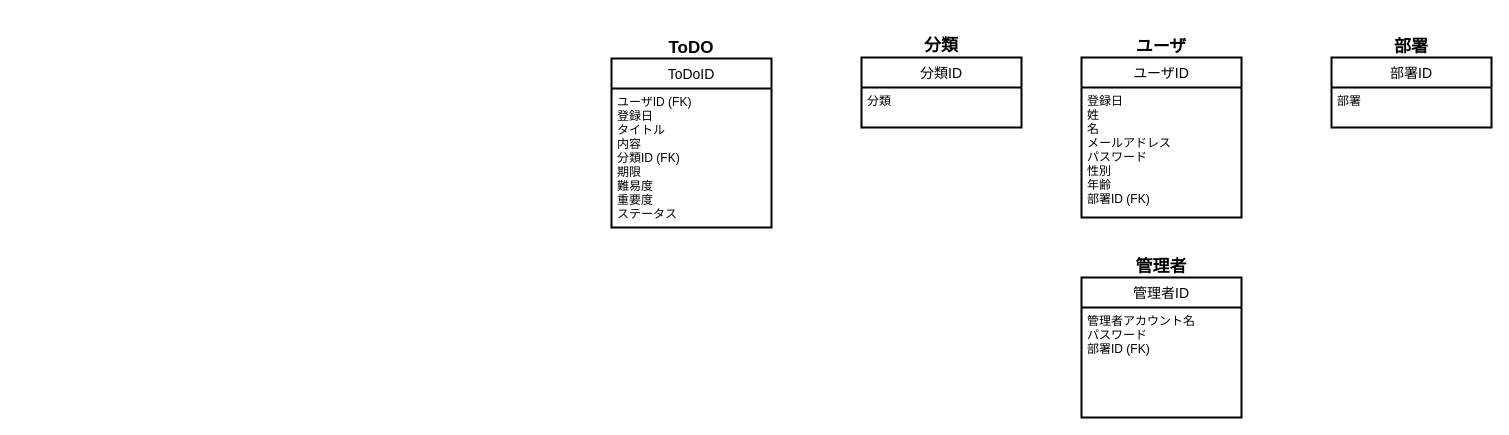
Before: portfolio03/01/requirement_definition/er/portfolio03_01_er_logical.drawio in RRRYOOO/portfolio, a draw.io diagram. Source tidied: cells renumbered, new cells numbered last; positions are measured from the earlier drawing's top-left corner, leaving out a move shared by most shapes. Both pictures are drawn from the tidied source at 100%, with x=0, y=0 at pixel (611, 36).
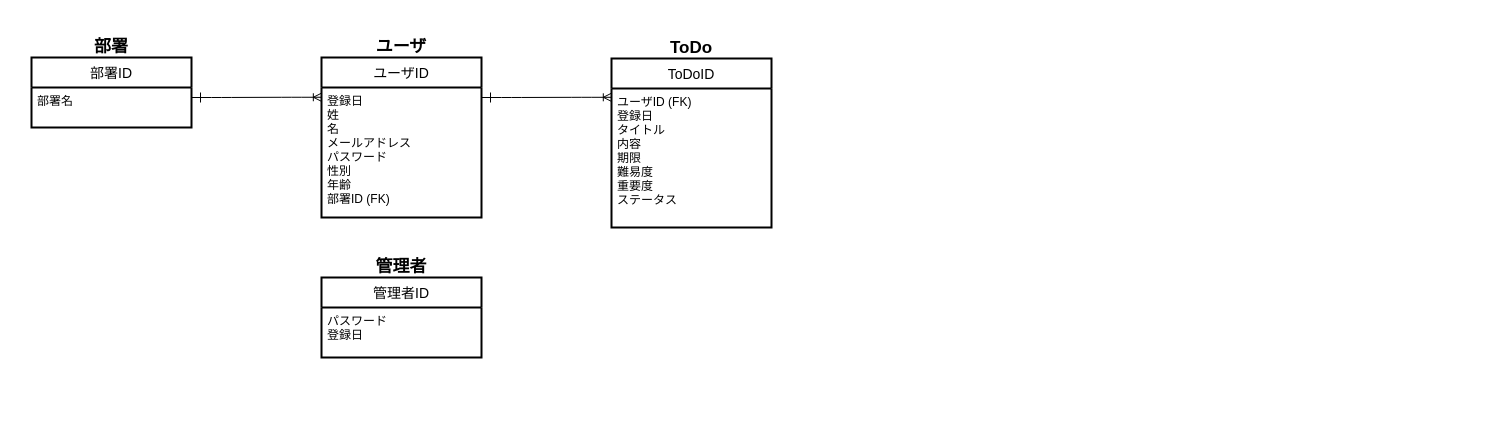
The same diagram, later.

The change refers to these unchanged cells:
```xml
<mxCell id="8" style="group;" parent="1" vertex="1">
  <mxGeometry y="1" width="160" height="190" as="geometry" />
</mxCell>
<mxCell id="9" value="ToDoID" style="swimlane;horizontal=1;startSize=30;rounded=0;fontSize=14;fontStyle=0;strokeWidth=2;shadow=0;dashed=0;align=center;" parent="8" vertex="1">
  <mxGeometry y="21.1" width="160" height="168.9" as="geometry" />
</mxCell>
```

What changed in the source:
```diff
@@
-    <mxCell id="2" value="ユーザID" style="swimlane;horizontal=1;startSize=30;rounded=0;fontSize=14;fontStyle=0;strokeWidth=2;shadow=0;dashed=0;align=center;" parent="1" vertex="1">
-      <mxGeometry x="470" y="21" width="160" height="160" as="geometry" />
-    </mxCell>
-    <mxCell id="3" value="登録日&#10;姓&#10;名&#10;メールアドレス&#10;パスワード&#10;性別&#10;年齢&#10;部署ID (FK)" style="align=left;strokeColor=none;fillColor=none;spacingLeft=4;fontSize=12;verticalAlign=top;" parent="2" vertex="1">
-      <mxGeometry y="30" width="160" height="130" as="geometry" />
-    </mxCell>
-    <mxCell id="4" value="部署ID" style="swimlane;horizontal=1;startSize=30;rounded=0;fontSize=14;fontStyle=0;strokeWidth=2;shadow=0;dashed=0;align=center;" parent="1" vertex="1">
-      <mxGeometry x="720" y="21" width="160" height="70" as="geometry" />
-    </mxCell>
-    <mxCell id="5" value="部署&#10;" style="align=left;strokeColor=none;fillColor=none;spacingLeft=4;fontSize=12;verticalAlign=top;" parent="4" vertex="1">
-      <mxGeometry y="30" width="160" height="40" as="geometry" />
-    </mxCell>
-    <mxCell id="6" value="管理者ID" style="swimlane;horizontal=1;startSize=30;rounded=0;fontSize=14;fontStyle=0;strokeWidth=2;shadow=0;dashed=0;align=center;" parent="1" vertex="1">
-      <mxGeometry x="470" y="241" width="160" height="140" as="geometry" />
-    </mxCell>
-    <mxCell id="7" value="管理者アカウント名&#10;パスワード&#10;部署ID (FK)" style="align=left;strokeColor=none;fillColor=none;spacingLeft=4;fontSize=12;verticalAlign=top;" parent="6" vertex="1">
-      <mxGeometry y="30" width="160" height="110" as="geometry" />
-    </mxCell>
+    <mxCell id="19" style="rounded=0;whiteSpace=wrap;html=1;fillColor=none;strokeColor=none;" parent="1" vertex="1">
+      <mxGeometry x="-594" y="-19" width="780" height="359" as="geometry" />
+    </mxCell>
@@
-    <mxCell id="10" value="ユーザID (FK)&#10;登録日&#10;タイトル&#10;内容&#10;分類ID (FK)&#10;期限&#10;難易度&#10;重要度&#10;ステータス" style="align=left;strokeColor=none;fillColor=none;spacingLeft=4;fontSize=12;verticalAlign=top;" parent="9" vertex="1">
+    <mxCell id="10" value="ユーザID (FK)&#10;登録日&#10;タイトル&#10;内容&#10;期限&#10;難易度&#10;重要度&#10;ステータス" style="align=left;strokeColor=none;fillColor=none;spacingLeft=4;fontSize=12;verticalAlign=top;" parent="9" vertex="1">
       <mxGeometry y="30" width="160" height="138.9" as="geometry" />
     </mxCell>
-    <mxCell id="11" value="ToDO" style="text;html=1;strokeColor=none;fillColor=none;align=center;verticalAlign=middle;whiteSpace=wrap;rounded=0;fontSize=17;fontStyle=1;" parent="8" vertex="1">
+    <mxCell id="11" value="ToDo" style="text;html=1;strokeColor=none;fillColor=none;align=center;verticalAlign=middle;whiteSpace=wrap;rounded=0;fontSize=17;fontStyle=1;" parent="8" vertex="1">
       <mxGeometry x="60" width="40" height="21.1" as="geometry" />
     </mxCell>
-    <mxCell id="12" style="group;" parent="1" vertex="1">
-      <mxGeometry x="250" width="160" height="91" as="geometry" />
-    </mxCell>
-    <mxCell id="13" value="分類ID" style="swimlane;horizontal=1;startSize=30;rounded=0;fontSize=14;fontStyle=0;strokeWidth=2;shadow=0;dashed=0;align=center;" parent="12" vertex="1">
-      <mxGeometry y="21" width="160" height="70" as="geometry" />
-    </mxCell>
-    <mxCell id="14" value="分類&#10;" style="align=left;strokeColor=none;fillColor=none;spacingLeft=4;fontSize=12;verticalAlign=top;" parent="13" vertex="1">
-      <mxGeometry y="30" width="160" height="40" as="geometry" />
-    </mxCell>
-    <mxCell id="15" value="分類" style="text;html=1;strokeColor=none;fillColor=none;align=center;verticalAlign=middle;whiteSpace=wrap;rounded=0;fontSize=17;fontStyle=1;" parent="12" vertex="1">
-      <mxGeometry x="60" width="40" height="20" as="geometry" />
-    </mxCell>
+    <mxCell id="20" style="group;" parent="1" vertex="1">
+      <mxGeometry x="-290" y="1" width="160" height="180" as="geometry" />
+    </mxCell>
+    <mxCell id="2" value="ユーザID" style="swimlane;horizontal=1;startSize=30;rounded=0;fontSize=14;fontStyle=0;strokeWidth=2;shadow=0;dashed=0;align=center;" parent="20" vertex="1">
+      <mxGeometry y="20" width="160" height="160" as="geometry" />
+    </mxCell>
+    <mxCell id="3" value="登録日&#10;姓&#10;名&#10;メールアドレス&#10;パスワード&#10;性別&#10;年齢&#10;部署ID (FK)" style="align=left;strokeColor=none;fillColor=none;spacingLeft=4;fontSize=12;verticalAlign=top;" parent="2" vertex="1">
+      <mxGeometry y="30" width="160" height="130" as="geometry" />
+    </mxCell>
-    <mxCell id="16" value="ユーザ" style="text;html=1;strokeColor=none;fillColor=none;align=center;verticalAlign=middle;whiteSpace=wrap;rounded=0;fontSize=17;fontStyle=1;" parent="1" vertex="1">
-      <mxGeometry x="520" y="1" width="60" height="20" as="geometry" />
+    <mxCell id="16" value="ユーザ" style="text;html=1;strokeColor=none;fillColor=none;align=center;verticalAlign=middle;whiteSpace=wrap;rounded=0;fontSize=17;fontStyle=1;" parent="20" vertex="1">
+      <mxGeometry x="50" width="60" height="20" as="geometry" />
     </mxCell>
+    <mxCell id="21" style="group;" parent="1" vertex="1">
+      <mxGeometry x="-290" y="221" width="160" height="160" as="geometry" />
+    </mxCell>
+    <mxCell id="6" value="管理者ID" style="swimlane;horizontal=1;startSize=30;rounded=0;fontSize=14;fontStyle=0;strokeWidth=2;shadow=0;dashed=0;align=center;" parent="21" vertex="1">
+      <mxGeometry y="20" width="160" height="80" as="geometry" />
+    </mxCell>
+    <mxCell id="7" value="パスワード&#10;登録日" style="align=left;strokeColor=none;fillColor=none;spacingLeft=4;fontSize=12;verticalAlign=top;" parent="6" vertex="1">
+      <mxGeometry y="30" width="160" height="50" as="geometry" />
+    </mxCell>
-    <mxCell id="17" value="管理者" style="text;html=1;strokeColor=none;fillColor=none;align=center;verticalAlign=middle;whiteSpace=wrap;rounded=0;fontSize=17;fontStyle=1;" parent="1" vertex="1">
-      <mxGeometry x="520" y="221" width="60" height="20" as="geometry" />
+    <mxCell id="17" value="管理者" style="text;html=1;strokeColor=none;fillColor=none;align=center;verticalAlign=middle;whiteSpace=wrap;rounded=0;fontSize=17;fontStyle=1;" parent="21" vertex="1">
+      <mxGeometry x="50" width="60" height="20" as="geometry" />
     </mxCell>
+    <mxCell id="22" style="group;" parent="1" vertex="1">
+      <mxGeometry x="-580" y="1" width="160" height="90" as="geometry" />
+    </mxCell>
+    <mxCell id="4" value="部署ID" style="swimlane;horizontal=1;startSize=30;rounded=0;fontSize=14;fontStyle=0;strokeWidth=2;shadow=0;dashed=0;align=center;" parent="22" vertex="1">
+      <mxGeometry y="20" width="160" height="70" as="geometry" />
+    </mxCell>
+    <mxCell id="5" value="部署名" style="align=left;strokeColor=none;fillColor=none;spacingLeft=4;fontSize=12;verticalAlign=top;" parent="4" vertex="1">
+      <mxGeometry y="30" width="160" height="40" as="geometry" />
+    </mxCell>
-    <mxCell id="18" value="部署" style="text;html=1;strokeColor=none;fillColor=none;align=center;verticalAlign=middle;whiteSpace=wrap;rounded=0;fontSize=17;fontStyle=1;" parent="1" vertex="1">
-      <mxGeometry x="770" y="1" width="60" height="20" as="geometry" />
+    <mxCell id="18" value="部署" style="text;html=1;strokeColor=none;fillColor=none;align=center;verticalAlign=middle;whiteSpace=wrap;rounded=0;fontSize=17;fontStyle=1;" parent="22" vertex="1">
+      <mxGeometry x="50" width="60" height="20" as="geometry" />
     </mxCell>
+    <mxCell id="23" style="group;" parent="1" vertex="1">
+      <mxGeometry x="-411" y="56" height="10" as="geometry" />
+    </mxCell>
+    <mxCell id="24" style="edgeStyle=entityRelationEdgeStyle;fontSize=12;html=1;endArrow=ERoneToMany;exitX=1;exitY=0.25;exitDx=0;exitDy=0;entryX=-0.001;entryY=0.075;entryDx=0;entryDy=0;entryPerimeter=0;" parent="23" edge="1" source="5" target="3">
+      <mxGeometry relative="1" as="geometry" />
+    </mxCell>
+    <mxCell id="25" style="endArrow=none;html=1;" parent="23" edge="1">
+      <mxGeometry relative="1" as="geometry">
+        <mxPoint as="sourcePoint" />
+        <mxPoint y="10" as="targetPoint" />
+      </mxGeometry>
+    </mxCell>
+    <mxCell id="26" style="edgeStyle=entityRelationEdgeStyle;fontSize=12;html=1;endArrow=ERoneToMany;exitX=1;exitY=0.25;exitDx=0;exitDy=0;entryX=-0.001;entryY=0.075;entryDx=0;entryDy=0;entryPerimeter=0;" parent="1" edge="1">
+      <mxGeometry relative="1" as="geometry">
+        <mxPoint x="-130" y="61" as="sourcePoint" />
+        <mxPoint x="-0.2" y="60.8" as="targetPoint" />
+      </mxGeometry>
+    </mxCell>
+    <mxCell id="27" style="endArrow=none;html=1;" parent="1" edge="1">
+      <mxGeometry relative="1" as="geometry">
+        <mxPoint x="-121" y="56" as="sourcePoint" />
+        <mxPoint x="-121" y="66" as="targetPoint" />
+      </mxGeometry>
+    </mxCell>
```
